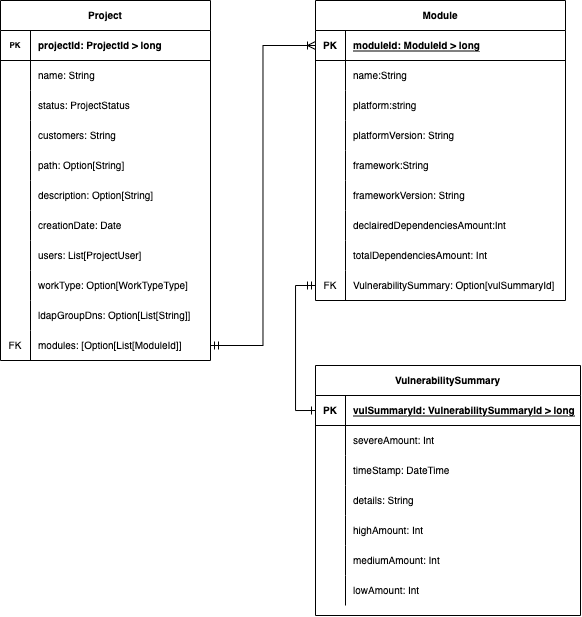
codefink2020/AfstudeerVerslagFINAL keeps this draw.io diagram as gfx/SOUPAPI-PortalDM.png. Above is the earlier version. Source tidied: cells renumbered, new cells last; positions are measured from the earlier drawing's top-left corner, leaving out a move shared by most shapes.
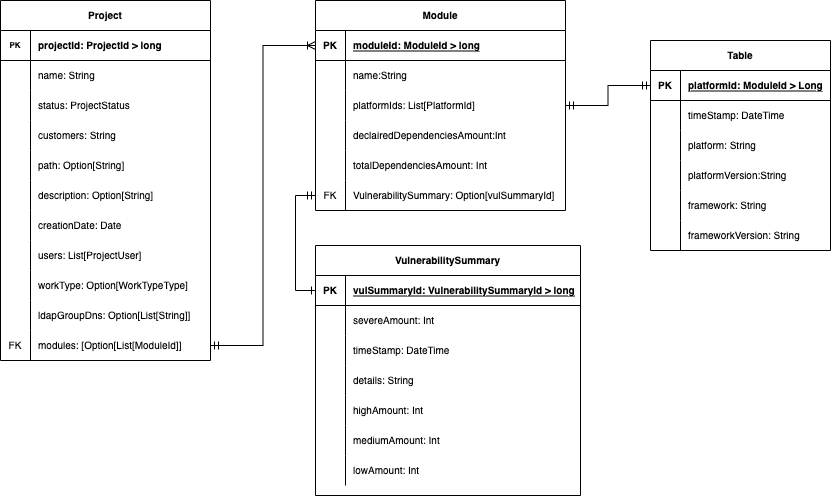
After the commit.

Diff of the diagram source:
```diff
@@ -105,7 +105,7 @@
       <mxGeometry x="30" width="180" height="30" as="geometry" />
     </mxCell>
     <mxCell id="36" value="Module" style="shape=table;startSize=30;rowLines=0;fontStyle=1;align=center;rounded=0;labelBackgroundColor=default;fontSize=10;strokeColor=default;" parent="1" vertex="1">
-      <mxGeometry x="315" width="250" height="300" as="geometry" />
+      <mxGeometry x="315" width="250" height="210" as="geometry" />
     </mxCell>
     <mxCell id="37" style="shape=tableRow;horizontal=0;startSize=0;swimlaneHead=0;swimlaneBody=0;fillColor=none;points=[[0,0.5],[1,0.5]];portConstraint=eastwest;top=0;left=0;right=0;bottom=1;rounded=0;labelBackgroundColor=default;fontSize=10;strokeColor=default;" parent="36" vertex="1">
       <mxGeometry y="30" width="250" height="30" as="geometry" />
@@ -125,44 +125,17 @@
     <mxCell id="42" value="name:String" style="shape=partialRectangle;fillColor=none;top=0;left=0;bottom=0;right=0;align=left;spacingLeft=6;overflow=hidden;rounded=0;labelBackgroundColor=default;fontSize=10;strokeColor=default;" parent="40" vertex="1">
       <mxGeometry x="30" width="220" height="30" as="geometry" />
     </mxCell>
-    <mxCell id="43" style="shape=tableRow;horizontal=0;startSize=0;swimlaneHead=0;swimlaneBody=0;fillColor=none;top=0;left=0;right=0;bottom=0;rounded=0;labelBackgroundColor=default;fontSize=10;strokeColor=default;" parent="36" vertex="1">
-      <mxGeometry y="90" width="250" height="30" as="geometry" />
-    </mxCell>
-    <mxCell id="44" style="shape=partialRectangle;fillColor=none;top=0;left=0;bottom=0;right=0;overflow=hidden;rounded=0;labelBackgroundColor=default;fontSize=10;strokeColor=default;" parent="43" vertex="1">
-      <mxGeometry width="30" height="30" as="geometry" />
-    </mxCell>
-    <mxCell id="45" value="platform:string" style="shape=partialRectangle;fillColor=none;top=0;left=0;bottom=0;right=0;align=left;spacingLeft=6;overflow=hidden;rounded=0;labelBackgroundColor=default;fontSize=10;strokeColor=default;" parent="43" vertex="1">
-      <mxGeometry x="30" width="220" height="30" as="geometry" />
-    </mxCell>
-    <mxCell id="46" style="shape=tableRow;horizontal=0;startSize=0;swimlaneHead=0;swimlaneBody=0;fillColor=none;top=0;left=0;right=0;bottom=0;rounded=0;labelBackgroundColor=default;fontSize=10;strokeColor=default;" parent="36" vertex="1">
-      <mxGeometry y="120" width="250" height="30" as="geometry" />
-    </mxCell>
-    <mxCell id="47" style="shape=partialRectangle;fillColor=none;top=0;left=0;bottom=0;right=0;overflow=hidden;rounded=0;labelBackgroundColor=default;fontSize=10;strokeColor=default;" parent="46" vertex="1">
-      <mxGeometry width="30" height="30" as="geometry" />
-    </mxCell>
-    <mxCell id="48" value="platformVersion: String" style="shape=partialRectangle;fillColor=none;top=0;left=0;bottom=0;right=0;align=left;spacingLeft=6;overflow=hidden;rounded=0;labelBackgroundColor=default;fontSize=10;strokeColor=default;" parent="46" vertex="1">
-      <mxGeometry x="30" width="220" height="30" as="geometry" />
-    </mxCell>
-    <mxCell id="49" style="shape=tableRow;horizontal=0;startSize=0;swimlaneHead=0;swimlaneBody=0;fillColor=none;top=0;left=0;right=0;bottom=0;rounded=0;labelBackgroundColor=default;fontSize=10;strokeColor=default;" parent="36" vertex="1">
-      <mxGeometry y="150" width="250" height="30" as="geometry" />
-    </mxCell>
-    <mxCell id="50" style="shape=partialRectangle;fillColor=none;top=0;left=0;bottom=0;right=0;overflow=hidden;rounded=0;labelBackgroundColor=default;fontSize=10;strokeColor=default;" parent="49" vertex="1">
-      <mxGeometry width="30" height="30" as="geometry" />
-    </mxCell>
-    <mxCell id="51" value="framework:String" style="shape=partialRectangle;fillColor=none;top=0;left=0;bottom=0;right=0;align=left;spacingLeft=6;overflow=hidden;rounded=0;labelBackgroundColor=default;fontSize=10;strokeColor=default;" parent="49" vertex="1">
-      <mxGeometry x="30" width="220" height="30" as="geometry" />
-    </mxCell>
     <mxCell id="52" style="shape=tableRow;horizontal=0;startSize=0;swimlaneHead=0;swimlaneBody=0;fillColor=none;points=[[0,0.5],[1,0.5]];portConstraint=eastwest;top=0;left=0;right=0;bottom=0;rounded=0;labelBackgroundColor=default;fontSize=10;strokeColor=default;" parent="36" vertex="1">
-      <mxGeometry y="180" width="250" height="30" as="geometry" />
+      <mxGeometry y="90" width="250" height="30" as="geometry" />
     </mxCell>
     <mxCell id="53" style="shape=partialRectangle;fillColor=none;top=0;left=0;bottom=0;right=0;overflow=hidden;rounded=0;labelBackgroundColor=default;fontSize=10;strokeColor=default;" parent="52" vertex="1">
       <mxGeometry width="30" height="30" as="geometry" />
     </mxCell>
-    <mxCell id="54" value="frameworkVersion: String" style="shape=partialRectangle;fillColor=none;top=0;left=0;bottom=0;right=0;align=left;spacingLeft=6;overflow=hidden;rounded=0;labelBackgroundColor=default;fontSize=10;strokeColor=default;" parent="52" vertex="1">
+    <mxCell id="54" value="platformIds: List[PlatformId]" style="shape=partialRectangle;fillColor=none;top=0;left=0;bottom=0;right=0;align=left;spacingLeft=6;overflow=hidden;rounded=0;labelBackgroundColor=default;fontSize=10;strokeColor=default;" parent="52" vertex="1">
       <mxGeometry x="30" width="220" height="30" as="geometry" />
     </mxCell>
     <mxCell id="55" style="shape=tableRow;horizontal=0;startSize=0;swimlaneHead=0;swimlaneBody=0;fillColor=none;top=0;left=0;right=0;bottom=0;rounded=0;labelBackgroundColor=default;fontSize=10;strokeColor=default;" parent="36" vertex="1">
-      <mxGeometry y="210" width="250" height="30" as="geometry" />
+      <mxGeometry y="120" width="250" height="30" as="geometry" />
     </mxCell>
     <mxCell id="56" style="shape=partialRectangle;fillColor=none;top=0;left=0;bottom=0;right=0;overflow=hidden;rounded=0;labelBackgroundColor=default;fontSize=10;strokeColor=default;" parent="55" vertex="1">
       <mxGeometry width="30" height="30" as="geometry" />
@@ -171,7 +144,7 @@
       <mxGeometry x="30" width="220" height="30" as="geometry" />
     </mxCell>
     <mxCell id="58" style="shape=tableRow;horizontal=0;startSize=0;swimlaneHead=0;swimlaneBody=0;fillColor=none;top=0;left=0;right=0;bottom=0;rounded=0;labelBackgroundColor=default;fontSize=10;strokeColor=default;" parent="36" vertex="1">
-      <mxGeometry y="240" width="250" height="30" as="geometry" />
+      <mxGeometry y="150" width="250" height="30" as="geometry" />
     </mxCell>
     <mxCell id="59" style="shape=partialRectangle;fillColor=none;top=0;left=0;bottom=0;right=0;overflow=hidden;rounded=0;labelBackgroundColor=default;fontSize=10;strokeColor=default;" parent="58" vertex="1">
       <mxGeometry width="30" height="30" as="geometry" />
@@ -180,7 +153,7 @@
       <mxGeometry x="30" width="220" height="30" as="geometry" />
     </mxCell>
     <mxCell id="61" style="shape=tableRow;horizontal=0;startSize=0;swimlaneHead=0;swimlaneBody=0;fillColor=none;points=[[0,0.5],[1,0.5]];portConstraint=eastwest;top=0;left=0;right=0;bottom=0;rounded=0;labelBackgroundColor=default;fontSize=10;strokeColor=default;" parent="36" vertex="1">
-      <mxGeometry y="270" width="250" height="30" as="geometry" />
+      <mxGeometry y="180" width="250" height="30" as="geometry" />
     </mxCell>
     <mxCell id="62" value="FK" style="shape=partialRectangle;fillColor=none;top=0;left=0;bottom=0;right=0;fontStyle=0;overflow=hidden;rounded=0;labelBackgroundColor=default;fontSize=10;strokeColor=default;" parent="61" vertex="1">
       <mxGeometry width="30" height="30" as="geometry" />
@@ -192,7 +165,7 @@
       <mxGeometry relative="1" as="geometry" />
     </mxCell>
     <mxCell id="65" value="VulnerabilitySummary" style="shape=table;startSize=30;rowLines=0;fontStyle=1;align=center;rounded=0;labelBackgroundColor=default;fontSize=10;strokeColor=default;" parent="1" vertex="1">
-      <mxGeometry x="315" y="365" width="265" height="250" as="geometry" />
+      <mxGeometry x="315" y="245" width="265" height="250" as="geometry" />
     </mxCell>
     <mxCell id="66" style="shape=tableRow;horizontal=0;startSize=0;swimlaneHead=0;swimlaneBody=0;fillColor=none;points=[[0,0.5],[1,0.5]];portConstraint=eastwest;top=0;left=0;right=0;bottom=1;rounded=0;labelBackgroundColor=default;fontSize=10;strokeColor=default;" parent="65" vertex="1">
       <mxGeometry y="30" width="265" height="30" as="geometry" />
@@ -260,5 +233,65 @@
     <mxCell id="87" style="edgeStyle=orthogonalEdgeStyle;rounded=0;jettySize=auto;html=1;exitX=0;exitY=0.5;exitDx=0;exitDy=0;entryX=0;entryY=0.5;entryDx=0;entryDy=0;fontSize=10;startArrow=ERmandOne;startFill=0;endArrow=ERone;endFill=0;" parent="1" edge="1" source="61" target="66">
       <mxGeometry relative="1" as="geometry" />
     </mxCell>
+    <mxCell id="88" value="Table" style="shape=table;startSize=30;rowLines=0;fontStyle=1;align=center;fontSize=10;" parent="1" vertex="1">
+      <mxGeometry x="650" y="40" width="180" height="210" as="geometry" />
+    </mxCell>
+    <mxCell id="89" style="shape=tableRow;horizontal=0;startSize=0;swimlaneHead=0;swimlaneBody=0;fillColor=none;points=[[0,0.5],[1,0.5]];portConstraint=eastwest;top=0;left=0;right=0;bottom=1;fontSize=10;" parent="88" vertex="1">
+      <mxGeometry y="30" width="180" height="30" as="geometry" />
+    </mxCell>
+    <mxCell id="90" value="PK" style="shape=partialRectangle;fillColor=none;top=0;left=0;bottom=0;right=0;fontStyle=1;overflow=hidden;fontSize=10;" parent="89" vertex="1">
+      <mxGeometry width="30" height="30" as="geometry" />
+    </mxCell>
+    <mxCell id="91" value="platformId: ModuleId &gt; Long" style="shape=partialRectangle;fillColor=none;top=0;left=0;bottom=0;right=0;align=left;spacingLeft=6;fontStyle=5;overflow=hidden;fontSize=10;" parent="89" vertex="1">
+      <mxGeometry x="30" width="150" height="30" as="geometry" />
+    </mxCell>
+    <mxCell id="92" style="shape=tableRow;horizontal=0;startSize=0;swimlaneHead=0;swimlaneBody=0;fillColor=none;top=0;left=0;right=0;bottom=0;fontSize=10;" parent="88" vertex="1">
+      <mxGeometry y="60" width="180" height="30" as="geometry" />
+    </mxCell>
+    <mxCell id="93" style="shape=partialRectangle;fillColor=none;top=0;left=0;bottom=0;right=0;overflow=hidden;fontSize=10;" parent="92" vertex="1">
+      <mxGeometry width="30" height="30" as="geometry" />
+    </mxCell>
+    <mxCell id="94" value="timeStamp: DateTime" style="shape=partialRectangle;fillColor=none;top=0;left=0;bottom=0;right=0;align=left;spacingLeft=6;overflow=hidden;fontSize=10;" parent="92" vertex="1">
+      <mxGeometry x="30" width="150" height="30" as="geometry" />
+    </mxCell>
+    <mxCell id="95" style="shape=tableRow;horizontal=0;startSize=0;swimlaneHead=0;swimlaneBody=0;fillColor=none;top=0;left=0;right=0;bottom=0;fontSize=10;" parent="88" vertex="1">
+      <mxGeometry y="90" width="180" height="30" as="geometry" />
+    </mxCell>
+    <mxCell id="96" style="shape=partialRectangle;fillColor=none;top=0;left=0;bottom=0;right=0;overflow=hidden;fontSize=10;" parent="95" vertex="1">
+      <mxGeometry width="30" height="30" as="geometry" />
+    </mxCell>
+    <mxCell id="97" value="platform: String" style="shape=partialRectangle;fillColor=none;top=0;left=0;bottom=0;right=0;align=left;spacingLeft=6;overflow=hidden;fontSize=10;" parent="95" vertex="1">
+      <mxGeometry x="30" width="150" height="30" as="geometry" />
+    </mxCell>
+    <mxCell id="98" style="shape=tableRow;horizontal=0;startSize=0;swimlaneHead=0;swimlaneBody=0;fillColor=none;top=0;left=0;right=0;bottom=0;fontSize=10;" parent="88" vertex="1">
+      <mxGeometry y="120" width="180" height="30" as="geometry" />
+    </mxCell>
+    <mxCell id="99" style="shape=partialRectangle;fillColor=none;top=0;left=0;bottom=0;right=0;overflow=hidden;fontSize=10;" parent="98" vertex="1">
+      <mxGeometry width="30" height="30" as="geometry" />
+    </mxCell>
+    <mxCell id="100" value="platformVersion:String" style="shape=partialRectangle;fillColor=none;top=0;left=0;bottom=0;right=0;align=left;spacingLeft=6;overflow=hidden;fontSize=10;" parent="98" vertex="1">
+      <mxGeometry x="30" width="150" height="30" as="geometry" />
+    </mxCell>
+    <mxCell id="101" style="shape=tableRow;horizontal=0;startSize=0;swimlaneHead=0;swimlaneBody=0;fillColor=none;top=0;left=0;right=0;bottom=0;fontSize=10;" parent="88" vertex="1">
+      <mxGeometry y="150" width="180" height="30" as="geometry" />
+    </mxCell>
+    <mxCell id="102" style="shape=partialRectangle;fillColor=none;top=0;left=0;bottom=0;right=0;overflow=hidden;fontSize=10;" parent="101" vertex="1">
+      <mxGeometry width="30" height="30" as="geometry" />
+    </mxCell>
+    <mxCell id="103" value="framework: String" style="shape=partialRectangle;fillColor=none;top=0;left=0;bottom=0;right=0;align=left;spacingLeft=6;overflow=hidden;fontSize=10;" parent="101" vertex="1">
+      <mxGeometry x="30" width="150" height="30" as="geometry" />
+    </mxCell>
+    <mxCell id="104" style="shape=tableRow;horizontal=0;startSize=0;swimlaneHead=0;swimlaneBody=0;fillColor=none;top=0;left=0;right=0;bottom=0;fontSize=10;" parent="88" vertex="1">
+      <mxGeometry y="180" width="180" height="30" as="geometry" />
+    </mxCell>
+    <mxCell id="105" style="shape=partialRectangle;fillColor=none;top=0;left=0;bottom=0;right=0;overflow=hidden;fontSize=10;" parent="104" vertex="1">
+      <mxGeometry width="30" height="30" as="geometry" />
+    </mxCell>
+    <mxCell id="106" value="frameworkVersion: String" style="shape=partialRectangle;fillColor=none;top=0;left=0;bottom=0;right=0;align=left;spacingLeft=6;overflow=hidden;fontSize=10;" parent="104" vertex="1">
+      <mxGeometry x="30" width="150" height="30" as="geometry" />
+    </mxCell>
+    <mxCell id="107" style="edgeStyle=orthogonalEdgeStyle;rounded=0;jettySize=auto;html=1;exitX=1;exitY=0.5;exitDx=0;exitDy=0;entryX=0;entryY=0.5;entryDx=0;entryDy=0;fontSize=10;startArrow=ERmandOne;startFill=0;endArrow=ERmandOne;endFill=0;" parent="1" edge="1" source="52" target="89">
+      <mxGeometry relative="1" as="geometry" />
+    </mxCell>
   </root>
 </mxGraphModel>
```
